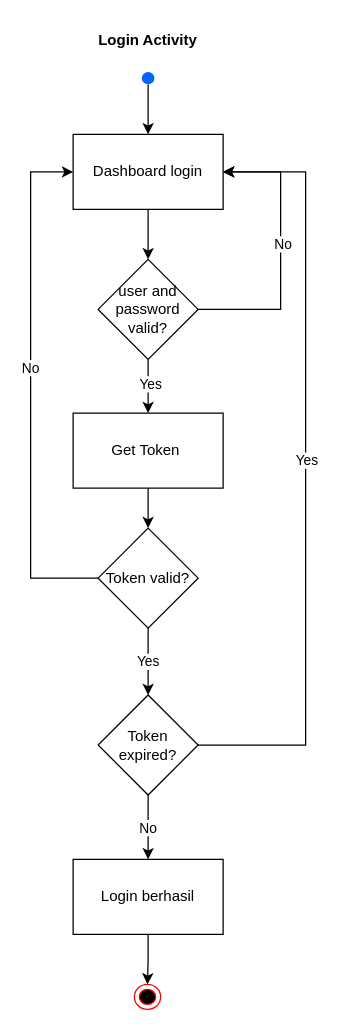
Above: page "Page-1" (1 of 2) of activityDiagram.drawio in dzikfr/aplikasi-absensi-baharkam-2024 (draw.io), before the change. Source tidied: cells renumbered, new cells numbered last; positions are measured from the earlier drawing's top-left corner, leaving out a move shared by most shapes. Both pictures are drawn from the tidied source at 125%, with x=0, y=0 at pixel (30, 21).
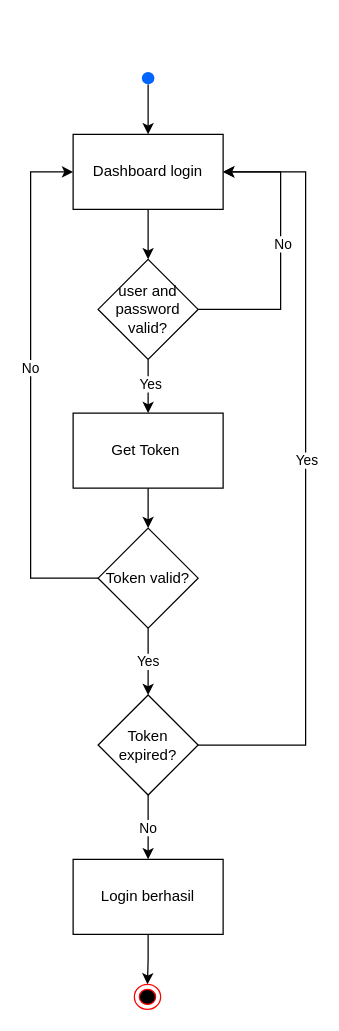
The same diagram, later.

What changed in the source:
```diff
@@
-    <mxCell id="2" value="&lt;b&gt;Login Activity&lt;/b&gt;" style="text;html=1;align=center;verticalAlign=middle;whiteSpace=wrap;rounded=0;" parent="1" vertex="1">
-      <mxGeometry x="39" width="110" height="30" as="geometry" />
-    </mxCell>
```
